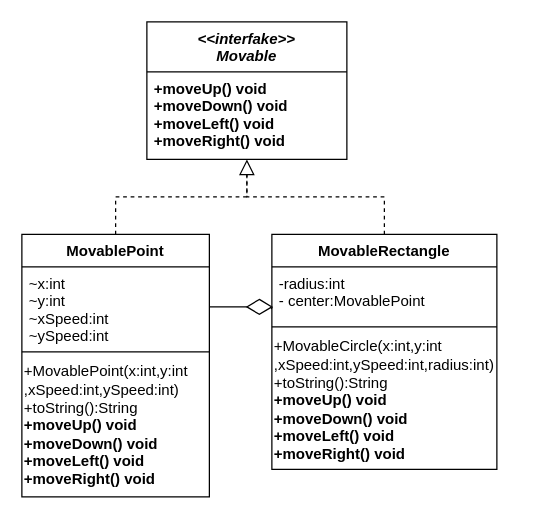
The draw.io diagram src/lab_7/Untitled Diagram.drawio in vahtyah/JavaSemester2, before the edit. Source tidied: cells renumbered, new cells numbered last; positions are measured from the earlier drawing's top-left corner, leaving out a move shared by most shapes. Both pictures are drawn from the tidied source at 125%, with x=0, y=0 at pixel (21, 21).
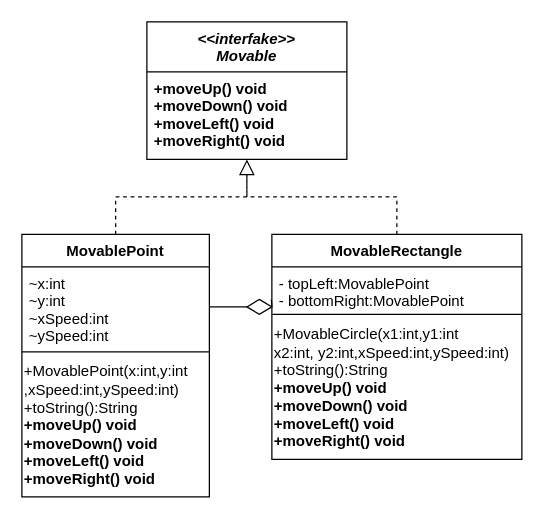
After the change.

The edit, as a diff of the source:
```diff
@@
 <mxGraphModel>
   <root>
     <mxCell id="0" />
     <mxCell id="1" parent="0" />
     <mxCell id="2" value="&lt;&lt;interfake&gt;&gt;&#10;Movable" style="swimlane;fontStyle=3;align=center;verticalAlign=top;horizontal=1;startSize=40;rounded=0;shadow=0;strokeWidth=1;" parent="1" vertex="1">
       <mxGeometry x="100" width="160" height="110" as="geometry" />
     </mxCell>
     <mxCell id="3" value="+moveUp() void&#10;+moveDown() void&#10;+moveLeft() void&#10;+moveRight() void" style="text;align=left;verticalAlign=top;spacingLeft=4;spacingRight=4;overflow=hidden;fontStyle=1;" parent="2" vertex="1">
       <mxGeometry y="40" width="160" height="70" as="geometry" />
     </mxCell>
     <mxCell id="4" value="MovableRectangle" style="swimlane;fontStyle=1;align=center;verticalAlign=top;horizontal=1;startSize=26;rounded=0;shadow=0;strokeWidth=1;" parent="1" vertex="1">
-      <mxGeometry x="200" y="170" width="180" height="188" as="geometry" />
+      <mxGeometry x="200" y="170" width="200" height="180" as="geometry" />
     </mxCell>
-    <mxCell id="5" value="-radius:int&#10;- center:MovablePoint" style="text;align=left;verticalAlign=top;spacingLeft=4;spacingRight=4;overflow=hidden;points=[[0,0.5],[1,0.5]];portConstraint=eastwest;" parent="4" vertex="1">
-      <mxGeometry y="26" width="180" height="44" as="geometry" />
+    <mxCell id="5" value="- topLeft:MovablePoint&#10;- bottomRight:MovablePoint" style="text;align=left;verticalAlign=top;spacingLeft=4;spacingRight=4;overflow=hidden;points=[[0,0.5],[1,0.5]];portConstraint=eastwest;" parent="4" vertex="1">
+      <mxGeometry y="26" width="200" height="34" as="geometry" />
     </mxCell>
     <mxCell id="6" style="line;html=1;strokeWidth=1;align=left;verticalAlign=middle;spacingTop=-1;spacingLeft=3;spacingRight=3;labelPosition=right;" parent="4" vertex="1">
-      <mxGeometry y="70" width="180" height="8" as="geometry" />
+      <mxGeometry y="60" width="200" height="8" as="geometry" />
     </mxCell>
-    <mxCell id="7" value="+MovableCircle(x:int,y:int&lt;br&gt;,xSpeed:int,ySpeed:int,radius:int)&lt;br&gt;+toString():String&lt;br&gt;&lt;span style=&quot;font-weight: 700;&quot;&gt;+moveUp() void&lt;/span&gt;&lt;br style=&quot;padding: 0px; margin: 0px; font-weight: 700;&quot;&gt;&lt;span style=&quot;font-weight: 700;&quot;&gt;+moveDown() void&lt;/span&gt;&lt;br style=&quot;padding: 0px; margin: 0px; font-weight: 700;&quot;&gt;&lt;span style=&quot;font-weight: 700;&quot;&gt;+moveLeft() void&lt;/span&gt;&lt;br style=&quot;padding: 0px; margin: 0px; font-weight: 700;&quot;&gt;&lt;span style=&quot;font-weight: 700;&quot;&gt;+moveRight() void&lt;/span&gt;" style="text;html=1;align=left;verticalAlign=middle;strokeColor=none;fillColor=none;" parent="4" vertex="1">
-      <mxGeometry y="78" width="180" height="110" as="geometry" />
+    <mxCell id="7" value="+MovableCircle(x1:int,y1:int&lt;br&gt;x2:int, y2:int,xSpeed:int,ySpeed:int)&lt;br&gt;+toString():String&lt;br&gt;&lt;span style=&quot;font-weight: 700;&quot;&gt;+moveUp() void&lt;/span&gt;&lt;br style=&quot;padding: 0px; margin: 0px; font-weight: 700;&quot;&gt;&lt;span style=&quot;font-weight: 700;&quot;&gt;+moveDown() void&lt;/span&gt;&lt;br style=&quot;padding: 0px; margin: 0px; font-weight: 700;&quot;&gt;&lt;span style=&quot;font-weight: 700;&quot;&gt;+moveLeft() void&lt;/span&gt;&lt;br style=&quot;padding: 0px; margin: 0px; font-weight: 700;&quot;&gt;&lt;span style=&quot;font-weight: 700;&quot;&gt;+moveRight() void&lt;/span&gt;" style="text;html=1;align=left;verticalAlign=middle;strokeColor=none;fillColor=none;" parent="4" vertex="1">
+      <mxGeometry y="68" width="200" height="110" as="geometry" />
     </mxCell>
     <mxCell id="8" style="endArrow=block;endSize=10;endFill=0;shadow=0;strokeWidth=1;rounded=0;edgeStyle=elbowEdgeStyle;elbow=vertical;dashed=1;" parent="1" edge="1" source="4" target="2">
       <mxGeometry relative="1" as="geometry" />
     </mxCell>
     <mxCell id="9" value="MovablePoint" style="swimlane;fontStyle=1;align=center;verticalAlign=top;horizontal=1;startSize=26;rounded=0;shadow=0;strokeWidth=1;" parent="1" vertex="1">
       <mxGeometry y="170" width="150" height="210" as="geometry" />
     </mxCell>
     <mxCell id="10" value="~x:int&#10;~y:int&#10;~xSpeed:int&#10;~ySpeed:int" style="text;align=left;verticalAlign=top;spacingLeft=4;spacingRight=4;overflow=hidden;points=[[0,0.5],[1,0.5]];portConstraint=eastwest;" parent="9" vertex="1">
       <mxGeometry y="26" width="150" height="64" as="geometry" />
     </mxCell>
     <mxCell id="11" style="line;html=1;strokeWidth=1;align=left;verticalAlign=middle;spacingTop=-1;spacingLeft=3;spacingRight=3;labelPosition=right;" parent="9" vertex="1">
       <mxGeometry y="90" width="150" height="8" as="geometry" />
     </mxCell>
     <mxCell id="12" value="+MovablePoint(x:int,y:int&lt;br&gt;,xSpeed:int,ySpeed:int)&lt;br&gt;+toString():String&lt;br&gt;&lt;span style=&quot;font-weight: 700;&quot;&gt;+moveUp() void&lt;/span&gt;&lt;br style=&quot;padding: 0px; margin: 0px; font-weight: 700;&quot;&gt;&lt;span style=&quot;font-weight: 700;&quot;&gt;+moveDown() void&lt;/span&gt;&lt;br style=&quot;padding: 0px; margin: 0px; font-weight: 700;&quot;&gt;&lt;span style=&quot;font-weight: 700;&quot;&gt;+moveLeft() void&lt;/span&gt;&lt;br style=&quot;padding: 0px; margin: 0px; font-weight: 700;&quot;&gt;&lt;span style=&quot;font-weight: 700;&quot;&gt;+moveRight() void&lt;/span&gt;" style="text;html=1;align=left;verticalAlign=middle;strokeColor=none;fillColor=none;" parent="9" vertex="1">
       <mxGeometry y="98" width="150" height="110" as="geometry" />
     </mxCell>
     <mxCell id="13" style="endArrow=none;dashed=1;html=1;rounded=0;exitX=0.5;exitY=0;exitDx=0;exitDy=0;" parent="1" edge="1" source="9">
       <mxGeometry relative="1" as="geometry">
         <mxPoint x="180" y="120" as="targetPoint" />
         <Array as="points">
           <mxPoint x="75" y="140" />
           <mxPoint x="180" y="140" />
         </Array>
       </mxGeometry>
     </mxCell>
     <mxCell id="14" style="endArrow=none;html=1;rounded=0;exitX=1;exitY=0.5;exitDx=0;exitDy=0;entryX=-0.002;entryY=0.769;entryDx=0;entryDy=0;entryPerimeter=0;startArrow=none;" parent="1" edge="1" source="15" target="5">
       <mxGeometry relative="1" as="geometry" />
     </mxCell>
     <mxCell id="15" style="rhombus;whiteSpace=wrap;html=1;" parent="1" vertex="1">
       <mxGeometry x="180" y="222" width="20" height="12" as="geometry" />
     </mxCell>
     <mxCell id="16" style="endArrow=none;html=1;rounded=0;exitX=1;exitY=0.5;exitDx=0;exitDy=0;entryX=0;entryY=0.5;entryDx=0;entryDy=0;" parent="1" edge="1" source="10" target="15">
       <mxGeometry relative="1" as="geometry" />
     </mxCell>
   </root>
 </mxGraphModel>
```
